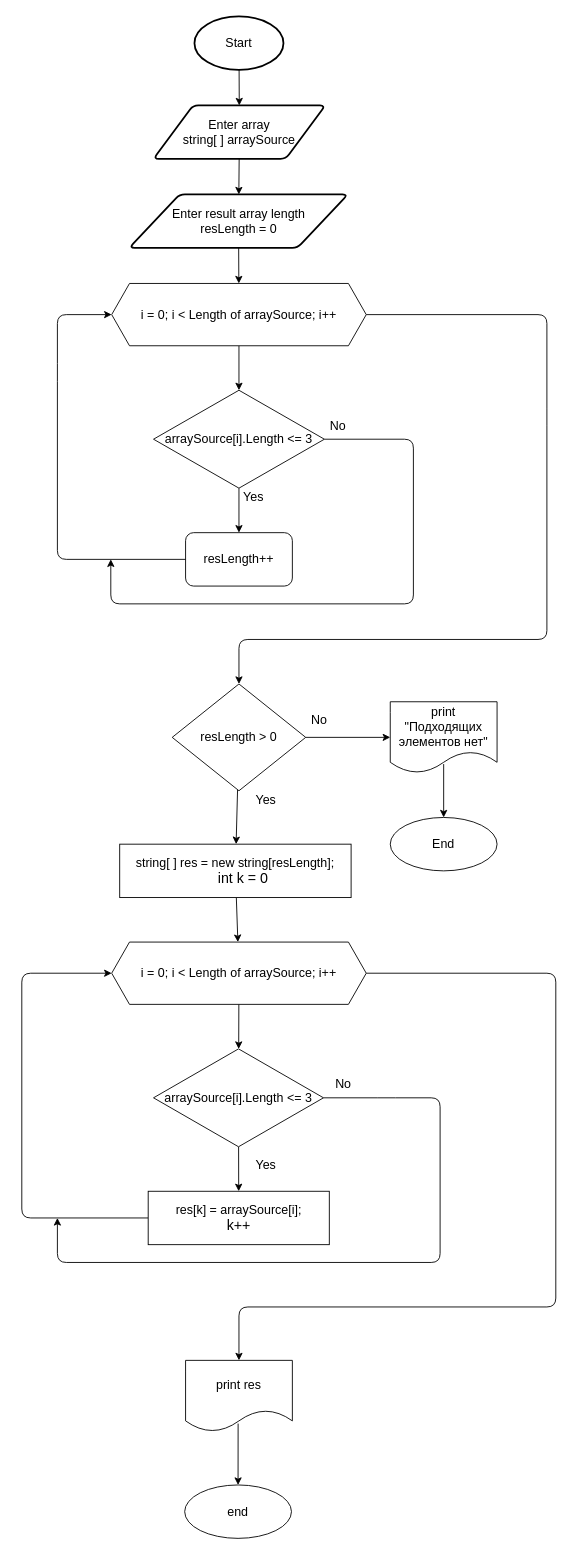
Before: Block_Scheme.drawio in Natalia7618/Final-work, a draw.io diagram. Source tidied: cells renumbered, new cells numbered last; positions are measured from the earlier drawing's top-left corner, leaving out a move shared by most shapes. Both pictures are drawn from the tidied source at 89%, with x=0, y=0 at pixel (21, 16).
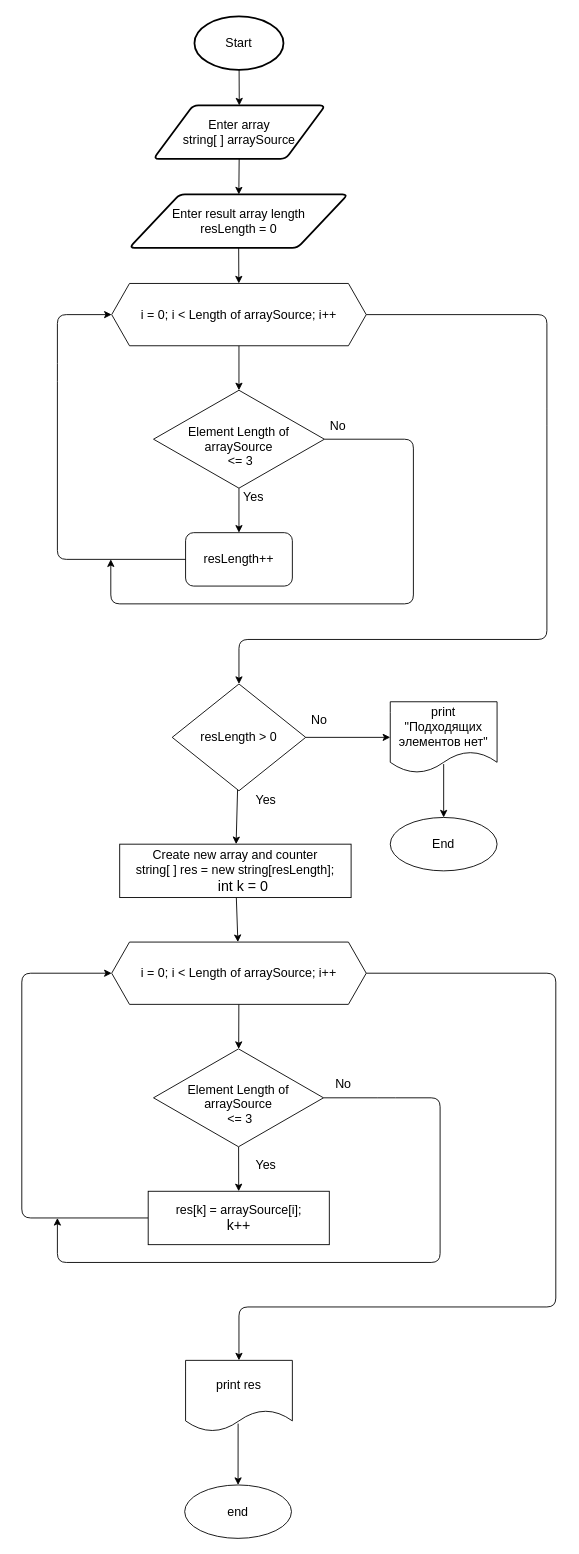
The same page after the edit.

Commit message:
block scheme modified1

The edit, as a diff of the source:
```diff
@@
-    <mxCell id="13" value="&lt;font style=&quot;font-size: 14px&quot;&gt;arraySource[i].Length &amp;lt;= 3&lt;/font&gt;" style="rhombus;whiteSpace=wrap;html=1;fontSize=14;" parent="1" vertex="1">
+    <mxCell id="13" value="&lt;font style=&quot;font-size: 14px&quot;&gt;&lt;br&gt;Element Length of arraySource&lt;br&gt;&amp;nbsp;&amp;lt;= 3&lt;/font&gt;" style="rhombus;whiteSpace=wrap;html=1;fontSize=14;" parent="1" vertex="1">
       <mxGeometry x="148" y="420" width="192" height="110" as="geometry" />
     </mxCell>
@@
-    <mxCell id="26" value="&lt;div&gt;&lt;font style=&quot;font-size: 14px&quot;&gt;string[ ] res = new string[resLength];&lt;/font&gt;&lt;/div&gt;&lt;div&gt;&lt;font size=&quot;3&quot;&gt;&amp;nbsp; &amp;nbsp; int k = 0&lt;/font&gt;&lt;/div&gt;" style="whiteSpace=wrap;html=1;" parent="1" vertex="1">
+    <mxCell id="26" value="&lt;div&gt;&lt;font style=&quot;font-size: 14px&quot;&gt;Create new array and counter&lt;/font&gt;&lt;/div&gt;&lt;div&gt;&lt;font style=&quot;font-size: 14px&quot;&gt;string[ ] res = new string[resLength];&lt;/font&gt;&lt;/div&gt;&lt;div&gt;&lt;font size=&quot;3&quot;&gt;&amp;nbsp; &amp;nbsp; int k = 0&lt;/font&gt;&lt;/div&gt;" style="whiteSpace=wrap;html=1;" parent="1" vertex="1">
       <mxGeometry x="110" y="930" width="260" height="60" as="geometry" />
     </mxCell>
@@
-    <mxCell id="33" value="&lt;font style=&quot;font-size: 14px&quot;&gt;arraySource[i].Length &amp;lt;= 3&lt;/font&gt;" style="rhombus;whiteSpace=wrap;html=1;" parent="1" vertex="1">
+    <mxCell id="33" value="&lt;br style=&quot;font-size: 14px&quot;&gt;&lt;span style=&quot;font-size: 14px&quot;&gt;Element Length of arraySource&lt;/span&gt;&lt;br style=&quot;font-size: 14px&quot;&gt;&lt;span style=&quot;font-size: 14px&quot;&gt;&amp;nbsp;&amp;lt;= 3&lt;/span&gt;" style="rhombus;whiteSpace=wrap;html=1;" parent="1" vertex="1">
       <mxGeometry x="148" y="1160" width="191" height="110" as="geometry" />
     </mxCell>
```
